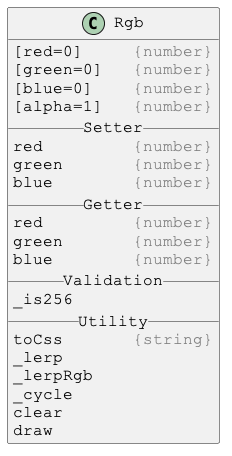
Justin-Byrne/canvasLab keeps this PlantUML diagram as docs/PlantUml/images/Rgb.png. Above is the earlier version. The source it was exported from:
```plantuml
@startuml

skinparam DefaultFontSize 16
skinparam DefaultFontName Courier New

class Rgb {
[red=0]     <color:gray>{number}</color>
[green=0]   <color:gray>{number}</color>
[blue=0]    <color:gray>{number}</color>
[alpha=1]   <color:gray>{number}</color>
__ Setter __
red         <color:gray>{number}</color>
green       <color:gray>{number}</color>
blue        <color:gray>{number}</color>
__ Getter __
red         <color:gray>{number}</color>
green       <color:gray>{number}</color>
blue        <color:gray>{number}</color>
__ Validation __
_is256
__ Utility __
toCss       <color:gray>{string}</color>
_lerp
_lerpRgb
_cycle
clear
draw
}

@enduml
```
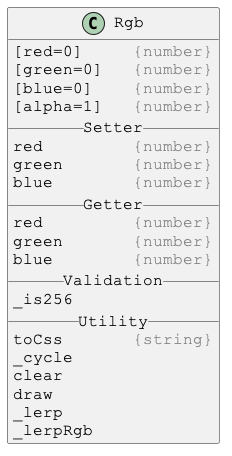
After the commit.

The edit, as a diff of the source:
```diff
@@ -20,11 +20,11 @@
 _is256
 __ Utility __
 toCss       <color:gray>{string}</color>
-_lerp
-_lerpRgb
 _cycle
 clear
 draw
+_lerp
+_lerpRgb
 }
 
 @enduml
```
